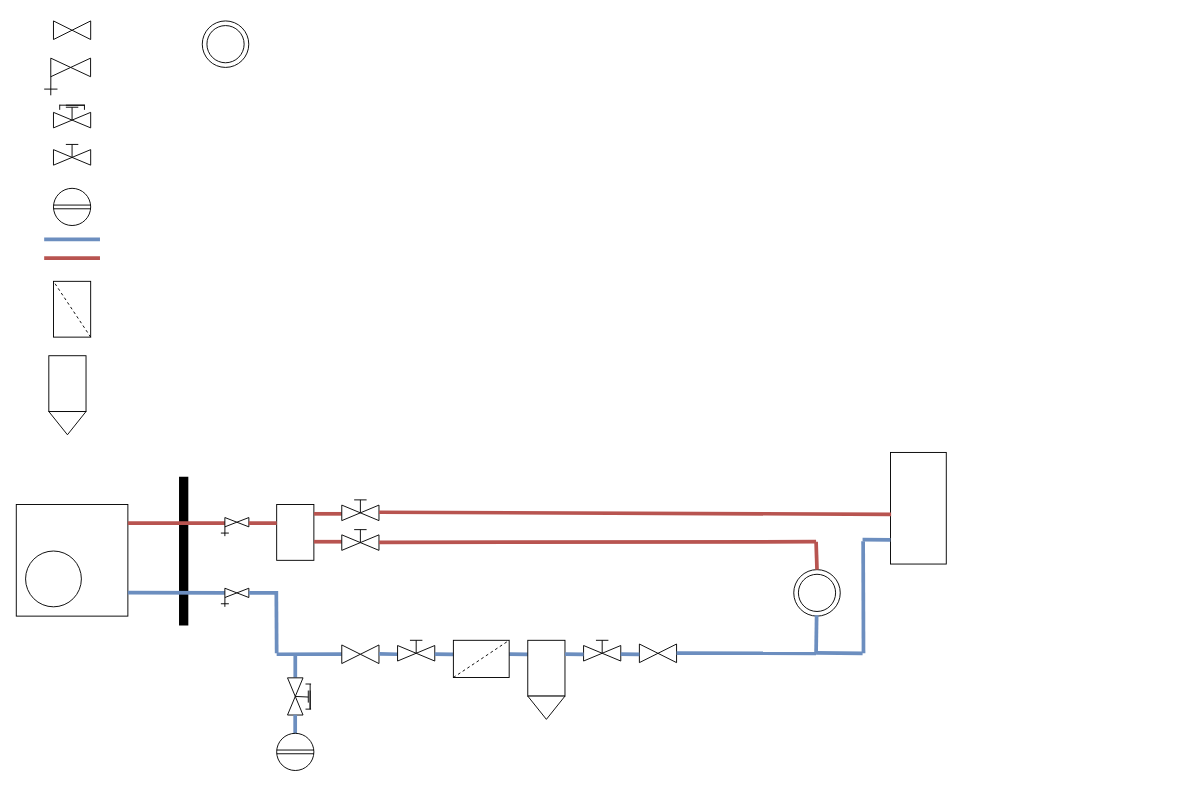
Earlier version of the draw.io diagram hydraulik.drawio (eddi0815/socket2). Source tidied: cells renumbered, new cells numbered last; positions are measured from the earlier drawing's top-left corner, leaving out a move shared by most shapes. Both pictures are drawn from the tidied source at 93%, with x=0, y=0 at pixel (16, 20).
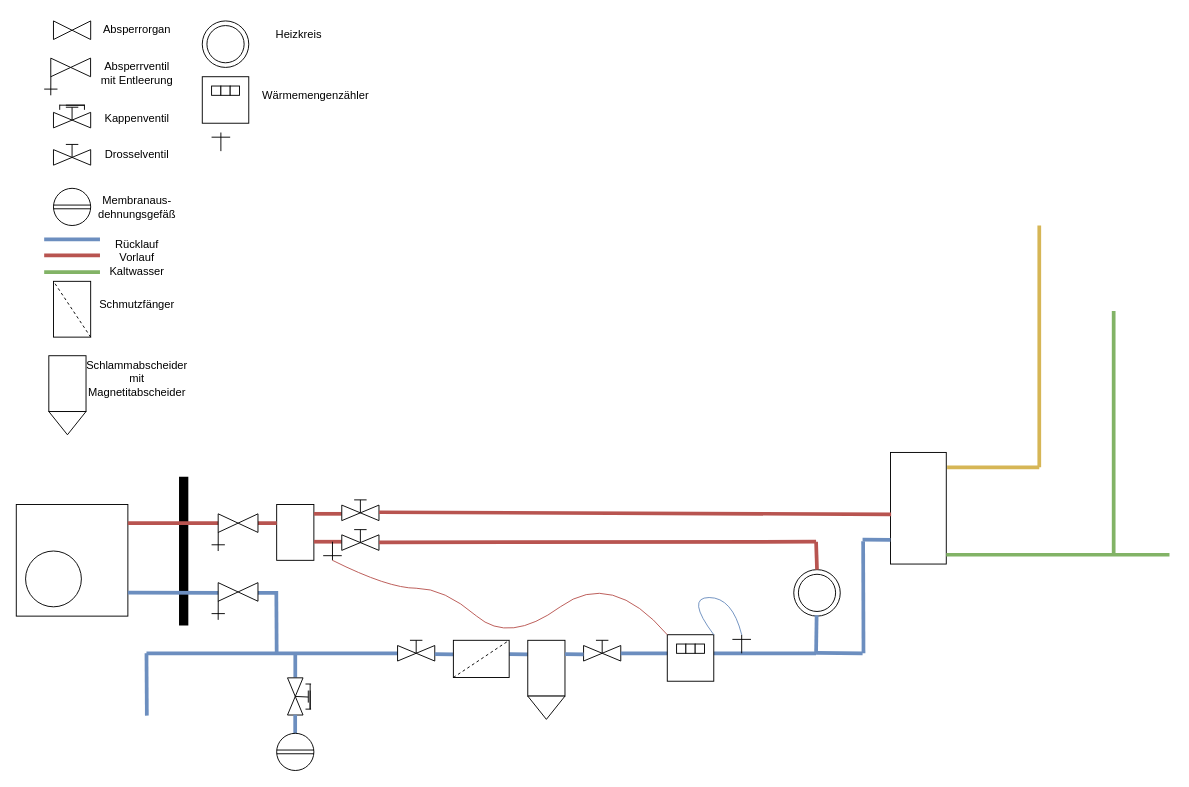
The same page after the edit.

Unchanged cells that the change refers to:
```xml
<mxCell id="88" style="triangle;whiteSpace=wrap;html=1;" parent="87" vertex="1">
  <mxGeometry width="20" height="16.7" as="geometry" />
</mxCell>
<mxCell id="141" style="rounded=0;whiteSpace=wrap;html=1;rotation=90;" parent="1" vertex="1">
  <mxGeometry x="910" y="494" width="120" height="60" as="geometry" />
</mxCell>
```

Diff of the diagram source:
```diff
@@
     <mxCell id="6" style="endArrow=none;html=1;rounded=0;jumpSize=6;strokeWidth=4;fillColor=#f8cecc;strokeColor=#b85450;" parent="1" edge="1">
       <mxGeometry relative="1" as="geometry">
-        <mxPoint x="30" y="255" as="sourcePoint" />
-        <mxPoint x="90" y="255" as="targetPoint" />
+        <mxPoint x="30" y="252" as="sourcePoint" />
+        <mxPoint x="90" y="252" as="targetPoint" />
       </mxGeometry>
     </mxCell>
@@
-    <mxCell id="32" style="endArrow=none;html=1;rounded=0;jumpSize=6;strokeWidth=4;fillColor=#f8cecc;strokeColor=#b85450;entryX=0.007;entryY=0.59;entryDx=0;entryDy=0;entryPerimeter=0;" parent="1" edge="1" target="37">
+    <mxCell id="32" style="endArrow=none;html=1;rounded=0;jumpSize=6;strokeWidth=4;fillColor=#f8cecc;strokeColor=#b85450;entryX=0.007;entryY=0.59;entryDx=0;entryDy=0;entryPerimeter=0;" parent="1" edge="1">
       <mxGeometry relative="1" as="geometry">
         <mxPoint x="120" y="540" as="sourcePoint" />
+        <mxPoint x="224.4" y="539.9" as="targetPoint" />
       </mxGeometry>
     </mxCell>
-    <mxCell id="33" style="endArrow=none;html=1;rounded=0;jumpSize=6;strokeWidth=4;fillColor=#dae8fc;strokeColor=#6c8ebf;entryX=0;entryY=0.5;entryDx=0;entryDy=0;" parent="1" edge="1" target="43">
+    <mxCell id="33" style="endArrow=none;html=1;rounded=0;jumpSize=6;strokeWidth=4;fillColor=#dae8fc;strokeColor=#6c8ebf;entryX=0;entryY=0.5;entryDx=0;entryDy=0;" parent="1" edge="1">
       <mxGeometry relative="1" as="geometry">
         <mxPoint x="120" y="614.8" as="sourcePoint" />
+        <mxPoint x="224.3" y="615" as="targetPoint" />
       </mxGeometry>
     </mxCell>
-    <mxCell id="34" style="group;" parent="1" vertex="1">
-      <mxGeometry x="220" y="534" width="30" height="20" as="geometry" />
-    </mxCell>
-    <mxCell id="35" style="endArrow=none;html=1;rounded=0;" parent="34" edge="1">
-      <mxGeometry relative="1" as="geometry">
-        <mxPoint y="16.7" as="sourcePoint" />
-        <mxPoint x="8.6" y="16.7" as="targetPoint" />
-      </mxGeometry>
-    </mxCell>
-    <mxCell id="36" style="group;" parent="34" vertex="1">
-      <mxGeometry x="4.3" width="25.7" height="20" as="geometry" />
-    </mxCell>
-    <mxCell id="37" style="triangle;whiteSpace=wrap;html=1;" parent="36" vertex="1">
-      <mxGeometry width="12.9" height="10" as="geometry" />
-    </mxCell>
-    <mxCell id="38" style="triangle;whiteSpace=wrap;html=1;rotation=-180;" parent="36" vertex="1">
-      <mxGeometry x="12.9" width="12.9" height="10" as="geometry" />
-    </mxCell>
-    <mxCell id="39" style="endArrow=none;html=1;rounded=0;entryX=0.003;entryY=0.985;entryDx=0;entryDy=0;entryPerimeter=0;" parent="36" edge="1" target="37">
-      <mxGeometry relative="1" as="geometry">
-        <mxPoint y="20" as="sourcePoint" />
-      </mxGeometry>
-    </mxCell>
-    <mxCell id="40" style="group;" parent="1" vertex="1">
-      <mxGeometry x="220" y="610" width="30" height="20" as="geometry" />
-    </mxCell>
-    <mxCell id="41" style="endArrow=none;html=1;rounded=0;" parent="40" edge="1">
-      <mxGeometry relative="1" as="geometry">
-        <mxPoint y="16.7" as="sourcePoint" />
-        <mxPoint x="8.6" y="16.7" as="targetPoint" />
-      </mxGeometry>
-    </mxCell>
-    <mxCell id="42" style="group;" parent="40" vertex="1">
-      <mxGeometry x="4.3" width="25.7" height="20" as="geometry" />
-    </mxCell>
-    <mxCell id="43" style="triangle;whiteSpace=wrap;html=1;" parent="42" vertex="1">
-      <mxGeometry width="12.9" height="10" as="geometry" />
-    </mxCell>
-    <mxCell id="44" style="triangle;whiteSpace=wrap;html=1;rotation=-180;" parent="42" vertex="1">
-      <mxGeometry x="12.9" width="12.9" height="10" as="geometry" />
-    </mxCell>
-    <mxCell id="45" style="endArrow=none;html=1;rounded=0;entryX=0.003;entryY=0.985;entryDx=0;entryDy=0;entryPerimeter=0;" parent="42" edge="1" target="43">
-      <mxGeometry relative="1" as="geometry">
-        <mxPoint y="20" as="sourcePoint" />
-      </mxGeometry>
-    </mxCell>
@@
-    <mxCell id="47" style="endArrow=none;html=1;rounded=0;jumpSize=6;strokeWidth=4;fillColor=#dae8fc;strokeColor=#6c8ebf;entryX=0;entryY=0.5;entryDx=0;entryDy=0;" parent="1" edge="1">
+    <mxCell id="47" style="endArrow=none;html=1;rounded=0;jumpSize=6;strokeWidth=4;fillColor=#dae8fc;strokeColor=#6c8ebf;entryX=0;entryY=0.5;entryDx=0;entryDy=0;" parent="1" edge="1" target="88">
       <mxGeometry relative="1" as="geometry">
-        <mxPoint x="280" y="681" as="sourcePoint" />
-        <mxPoint x="350" y="680.8" as="targetPoint" />
+        <mxPoint x="140" y="680" as="sourcePoint" />
       </mxGeometry>
     </mxCell>
@@
-    <mxCell id="65" style="group;" parent="1" vertex="1">
-      <mxGeometry x="670" y="670" width="40" height="20" as="geometry" />
-    </mxCell>
-    <mxCell id="66" style="triangle;whiteSpace=wrap;html=1;" parent="65" vertex="1">
-      <mxGeometry width="20" height="20" as="geometry" />
-    </mxCell>
-    <mxCell id="67" style="triangle;whiteSpace=wrap;html=1;rotation=-180;" parent="65" vertex="1">
-      <mxGeometry x="20" width="20" height="20" as="geometry" />
-    </mxCell>
-    <mxCell id="68" style="group;" parent="1" vertex="1">
-      <mxGeometry x="350" y="671" width="40" height="20" as="geometry" />
-    </mxCell>
-    <mxCell id="69" style="triangle;whiteSpace=wrap;html=1;" parent="68" vertex="1">
-      <mxGeometry width="20" height="20" as="geometry" />
-    </mxCell>
-    <mxCell id="70" style="triangle;whiteSpace=wrap;html=1;rotation=-180;" parent="68" vertex="1">
-      <mxGeometry x="20" width="20" height="20" as="geometry" />
-    </mxCell>
-    <mxCell id="71" style="endArrow=none;html=1;rounded=0;jumpSize=6;strokeWidth=4;fillColor=#dae8fc;strokeColor=#6c8ebf;" parent="1" edge="1">
-      <mxGeometry relative="1" as="geometry">
-        <mxPoint x="390" y="680.6" as="sourcePoint" />
-        <mxPoint x="410" y="681" as="targetPoint" />
-      </mxGeometry>
-    </mxCell>
@@
-    <mxCell id="108" style="endArrow=none;html=1;rounded=0;jumpSize=6;strokeWidth=4;fillColor=#dae8fc;strokeColor=#6c8ebf;" parent="1" edge="1">
-      <mxGeometry relative="1" as="geometry">
-        <mxPoint x="650" y="680.8" as="sourcePoint" />
-        <mxPoint x="670" y="681.2" as="targetPoint" />
-      </mxGeometry>
-    </mxCell>
@@
     <mxCell id="136" style="endArrow=none;html=1;rounded=0;jumpSize=6;strokeWidth=4;fillColor=#dae8fc;strokeColor=#6c8ebf;" parent="1" edge="1">
       <mxGeometry relative="1" as="geometry">
-        <mxPoint x="710" y="679.8" as="sourcePoint" />
+        <mxPoint x="650" y="680" as="sourcePoint" />
         <mxPoint x="860" y="680" as="targetPoint" />
       </mxGeometry>
     </mxCell>
@@
+    <mxCell id="146" style="endArrow=none;html=1;rounded=0;jumpSize=6;strokeWidth=4;fillColor=#d5e8d4;strokeColor=#82b366;" parent="1" edge="1">
+      <mxGeometry relative="1" as="geometry">
+        <mxPoint x="30" y="270" as="sourcePoint" />
+        <mxPoint x="90" y="270" as="targetPoint" />
+      </mxGeometry>
+    </mxCell>
+    <mxCell id="147" style="endArrow=none;html=1;rounded=0;jumpSize=6;strokeWidth=4;fillColor=#d5e8d4;strokeColor=#82b366;" parent="1" edge="1">
+      <mxGeometry relative="1" as="geometry">
+        <mxPoint x="1000" y="574" as="sourcePoint" />
+        <mxPoint x="1240" y="574" as="targetPoint" />
+      </mxGeometry>
+    </mxCell>
+    <mxCell id="148" value="Absperrorgan" style="text;html=1;align=center;verticalAlign=middle;whiteSpace=wrap;rounded=0;" parent="1" vertex="1">
+      <mxGeometry x="90" y="-5" width="80" height="30" as="geometry" />
+    </mxCell>
+    <mxCell id="149" value="Absperrventil&lt;br&gt;mit Entleerung" style="text;html=1;align=center;verticalAlign=middle;whiteSpace=wrap;rounded=0;" parent="1" vertex="1">
+      <mxGeometry x="90" y="41" width="80" height="30" as="geometry" />
+    </mxCell>
+    <mxCell id="150" value="Kappenventil" style="text;html=1;align=center;verticalAlign=middle;whiteSpace=wrap;rounded=0;" parent="1" vertex="1">
+      <mxGeometry x="90" y="90" width="80" height="30" as="geometry" />
+    </mxCell>
+    <mxCell id="151" value="Drosselventil" style="text;html=1;align=center;verticalAlign=middle;whiteSpace=wrap;rounded=0;" parent="1" vertex="1">
+      <mxGeometry x="90" y="128.9" width="80" height="30" as="geometry" />
+    </mxCell>
+    <mxCell id="152" value="&lt;div&gt;Membranaus-&lt;/div&gt;&lt;div&gt;dehnungsgefäß&lt;br&gt;&lt;/div&gt;" style="text;html=1;align=center;verticalAlign=middle;whiteSpace=wrap;rounded=0;" parent="1" vertex="1">
+      <mxGeometry x="90" y="185" width="80" height="30" as="geometry" />
+    </mxCell>
+    <mxCell id="153" value="&lt;div&gt;Rücklauf&lt;/div&gt;&lt;div&gt;Vorlauf&lt;/div&gt;&lt;div&gt;Kaltwasser&lt;br&gt;&lt;/div&gt;" style="text;html=1;align=center;verticalAlign=middle;whiteSpace=wrap;rounded=0;" parent="1" vertex="1">
+      <mxGeometry x="90" y="240" width="80" height="30" as="geometry" />
+    </mxCell>
+    <mxCell id="154" value="Schmutzfänger" style="text;html=1;align=center;verticalAlign=middle;whiteSpace=wrap;rounded=0;" parent="1" vertex="1">
+      <mxGeometry x="90" y="290" width="80" height="30" as="geometry" />
+    </mxCell>
+    <mxCell id="155" value="&lt;div&gt;Schlammabscheider&lt;/div&gt;&lt;div&gt;mit&lt;/div&gt;&lt;div&gt;Magnetitabscheider&lt;br&gt;&lt;/div&gt;" style="text;html=1;align=center;verticalAlign=middle;whiteSpace=wrap;rounded=0;" parent="1" vertex="1">
+      <mxGeometry x="90" y="370" width="80" height="30" as="geometry" />
+    </mxCell>
+    <mxCell id="156" value="Heizkreis" style="text;html=1;align=center;verticalAlign=middle;whiteSpace=wrap;rounded=0;" parent="1" vertex="1">
+      <mxGeometry x="264" width="80" height="30" as="geometry" />
+    </mxCell>
+    <mxCell id="157" style="group;" parent="1" vertex="1">
+      <mxGeometry x="210" y="530" width="50" height="40" as="geometry" />
+    </mxCell>
+    <mxCell id="158" style="endArrow=none;html=1;rounded=0;" parent="157" edge="1">
+      <mxGeometry relative="1" as="geometry">
+        <mxPoint y="33.3" as="sourcePoint" />
+        <mxPoint x="14.3" y="33.3" as="targetPoint" />
+      </mxGeometry>
+    </mxCell>
+    <mxCell id="159" style="group;" parent="157" vertex="1">
+      <mxGeometry x="7.1" width="42.9" height="40" as="geometry" />
+    </mxCell>
+    <mxCell id="160" style="triangle;whiteSpace=wrap;html=1;" parent="159" vertex="1">
+      <mxGeometry width="21.4" height="20" as="geometry" />
+    </mxCell>
+    <mxCell id="161" style="triangle;whiteSpace=wrap;html=1;rotation=-180;" parent="159" vertex="1">
+      <mxGeometry x="21.4" width="21.4" height="20" as="geometry" />
+    </mxCell>
+    <mxCell id="162" style="endArrow=none;html=1;rounded=0;entryX=0.003;entryY=0.985;entryDx=0;entryDy=0;entryPerimeter=0;" parent="159" edge="1" target="160">
+      <mxGeometry relative="1" as="geometry">
+        <mxPoint y="40" as="sourcePoint" />
+      </mxGeometry>
+    </mxCell>
+    <mxCell id="163" style="group;" parent="1" vertex="1">
+      <mxGeometry x="210" y="604" width="50" height="40" as="geometry" />
+    </mxCell>
+    <mxCell id="164" style="endArrow=none;html=1;rounded=0;" parent="163" edge="1">
+      <mxGeometry relative="1" as="geometry">
+        <mxPoint y="33.3" as="sourcePoint" />
+        <mxPoint x="14.3" y="33.3" as="targetPoint" />
+      </mxGeometry>
+    </mxCell>
+    <mxCell id="165" style="group;" parent="163" vertex="1">
+      <mxGeometry x="7.1" width="42.9" height="40" as="geometry" />
+    </mxCell>
+    <mxCell id="166" style="triangle;whiteSpace=wrap;html=1;" parent="165" vertex="1">
+      <mxGeometry width="21.4" height="20" as="geometry" />
+    </mxCell>
+    <mxCell id="167" style="triangle;whiteSpace=wrap;html=1;rotation=-180;" parent="165" vertex="1">
+      <mxGeometry x="21.4" width="21.4" height="20" as="geometry" />
+    </mxCell>
+    <mxCell id="168" style="endArrow=none;html=1;rounded=0;entryX=0.003;entryY=0.985;entryDx=0;entryDy=0;entryPerimeter=0;" parent="165" edge="1" target="166">
+      <mxGeometry relative="1" as="geometry">
+        <mxPoint y="40" as="sourcePoint" />
+      </mxGeometry>
+    </mxCell>
+    <mxCell id="169" value="&lt;div&gt;Wärmemengenzähler&lt;/div&gt;" style="text;html=1;align=center;verticalAlign=middle;whiteSpace=wrap;rounded=0;" parent="1" vertex="1">
+      <mxGeometry x="264" y="65" width="116" height="30" as="geometry" />
+    </mxCell>
+    <mxCell id="170" style="group;" parent="1" vertex="1">
+      <mxGeometry x="700" y="660" width="50" height="50" as="geometry" />
+    </mxCell>
+    <mxCell id="171" style="whiteSpace=wrap;html=1;" parent="170" vertex="1">
+      <mxGeometry width="50" height="50" as="geometry" />
+    </mxCell>
+    <mxCell id="172" style="whiteSpace=wrap;html=1;" parent="170" vertex="1">
+      <mxGeometry x="10" y="10" width="10" height="10" as="geometry" />
+    </mxCell>
+    <mxCell id="173" style="whiteSpace=wrap;html=1;" parent="170" vertex="1">
+      <mxGeometry x="20" y="10" width="10" height="10" as="geometry" />
+    </mxCell>
+    <mxCell id="174" style="whiteSpace=wrap;html=1;" parent="170" vertex="1">
+      <mxGeometry x="30" y="10" width="10" height="10" as="geometry" />
+    </mxCell>
+    <mxCell id="175" style="endArrow=none;html=1;rounded=0;" parent="1" edge="1">
+      <mxGeometry relative="1" as="geometry">
+        <mxPoint x="220" y="140" as="sourcePoint" />
+        <mxPoint x="220" y="120" as="targetPoint" />
+      </mxGeometry>
+    </mxCell>
+    <mxCell id="176" style="endArrow=none;html=1;rounded=0;" parent="1" edge="1">
+      <mxGeometry relative="1" as="geometry">
+        <mxPoint x="230" y="125" as="sourcePoint" />
+        <mxPoint x="210" y="125" as="targetPoint" />
+      </mxGeometry>
+    </mxCell>
+    <mxCell id="177" style="group;" parent="1" vertex="1">
+      <mxGeometry x="770" y="660" width="20" height="20" as="geometry" />
+    </mxCell>
+    <mxCell id="178" style="endArrow=none;html=1;rounded=0;" parent="177" edge="1">
+      <mxGeometry relative="1" as="geometry">
+        <mxPoint x="10" y="20" as="sourcePoint" />
+        <mxPoint x="10" as="targetPoint" />
+      </mxGeometry>
+    </mxCell>
+    <mxCell id="179" style="endArrow=none;html=1;rounded=0;" parent="177" edge="1">
+      <mxGeometry relative="1" as="geometry">
+        <mxPoint x="20" y="5" as="sourcePoint" />
+        <mxPoint y="5" as="targetPoint" />
+      </mxGeometry>
+    </mxCell>
+    <mxCell id="180" style="group;rotation=-180;" parent="1" vertex="1">
+      <mxGeometry x="330" y="560" width="20" height="20" as="geometry" />
+    </mxCell>
+    <mxCell id="181" style="endArrow=none;html=1;rounded=0;" parent="180" edge="1">
+      <mxGeometry relative="1" as="geometry">
+        <mxPoint x="10" as="sourcePoint" />
+        <mxPoint x="10" y="20" as="targetPoint" />
+      </mxGeometry>
+    </mxCell>
+    <mxCell id="182" style="endArrow=none;html=1;rounded=0;" parent="180" edge="1">
+      <mxGeometry relative="1" as="geometry">
+        <mxPoint y="15" as="sourcePoint" />
+        <mxPoint x="20" y="15" as="targetPoint" />
+      </mxGeometry>
+    </mxCell>
+    <mxCell id="183" style="curved=1;endArrow=none;html=1;rounded=0;entryX=0;entryY=0;entryDx=0;entryDy=0;endFill=0;fillColor=#f8cecc;strokeColor=#b85450;" parent="1" edge="1" target="171">
+      <mxGeometry relative="1" as="geometry">
+        <mxPoint x="340" y="580" as="sourcePoint" />
+        <Array as="points">
+          <mxPoint x="400" y="610" />
+          <mxPoint x="460" y="610" />
+          <mxPoint x="530" y="670" />
+          <mxPoint x="640" y="590" />
+        </Array>
+      </mxGeometry>
+    </mxCell>
+    <mxCell id="184" style="curved=1;endArrow=none;html=1;rounded=0;exitX=1;exitY=0;exitDx=0;exitDy=0;endFill=0;fillColor=#dae8fc;strokeColor=#6c8ebf;" parent="1" edge="1" source="171">
+      <mxGeometry relative="1" as="geometry">
+        <mxPoint x="780" y="660" as="targetPoint" />
+        <Array as="points">
+          <mxPoint x="720" y="620" />
+          <mxPoint x="770" y="620" />
+        </Array>
+      </mxGeometry>
+    </mxCell>
+    <mxCell id="185" style="endArrow=none;html=1;rounded=0;jumpSize=6;strokeWidth=4;fillColor=#dae8fc;strokeColor=#6c8ebf;" parent="1" edge="1">
+      <mxGeometry relative="1" as="geometry">
+        <mxPoint x="140.4" y="747" as="sourcePoint" />
+        <mxPoint x="140" y="680" as="targetPoint" />
+      </mxGeometry>
+    </mxCell>
+    <mxCell id="186" style="group;" parent="1" vertex="1">
+      <mxGeometry x="200" y="60" width="50" height="50" as="geometry" />
+    </mxCell>
+    <mxCell id="187" style="whiteSpace=wrap;html=1;" parent="186" vertex="1">
+      <mxGeometry width="50" height="50" as="geometry" />
+    </mxCell>
+    <mxCell id="188" style="whiteSpace=wrap;html=1;" parent="186" vertex="1">
+      <mxGeometry x="10" y="10" width="10" height="10" as="geometry" />
+    </mxCell>
+    <mxCell id="189" style="whiteSpace=wrap;html=1;" parent="186" vertex="1">
+      <mxGeometry x="20" y="10" width="10" height="10" as="geometry" />
+    </mxCell>
+    <mxCell id="190" style="whiteSpace=wrap;html=1;" parent="186" vertex="1">
+      <mxGeometry x="30" y="10" width="10" height="10" as="geometry" />
+    </mxCell>
+    <mxCell id="191" style="endArrow=none;html=1;rounded=0;jumpSize=6;strokeWidth=4;fillColor=#d5e8d4;strokeColor=#82b366;" parent="1" edge="1">
+      <mxGeometry relative="1" as="geometry">
+        <mxPoint x="1180" y="572" as="sourcePoint" />
+        <mxPoint x="1180" y="312" as="targetPoint" />
+      </mxGeometry>
+    </mxCell>
+    <mxCell id="192" style="endArrow=none;html=1;rounded=0;jumpSize=6;strokeWidth=4;fillColor=#fff2cc;strokeColor=#d6b656;" parent="1" edge="1">
+      <mxGeometry relative="1" as="geometry">
+        <mxPoint x="1100" y="480" as="sourcePoint" />
+        <mxPoint x="1100" y="220" as="targetPoint" />
+      </mxGeometry>
+    </mxCell>
+    <mxCell id="193" style="endArrow=none;html=1;rounded=0;jumpSize=6;strokeWidth=4;fillColor=#fff2cc;strokeColor=#d6b656;entryX=0.134;entryY=-0.015;entryDx=0;entryDy=0;entryPerimeter=0;" parent="1" edge="1" target="141">
+      <mxGeometry relative="1" as="geometry">
+        <mxPoint x="1100" y="480" as="sourcePoint" />
+      </mxGeometry>
+    </mxCell>
```
